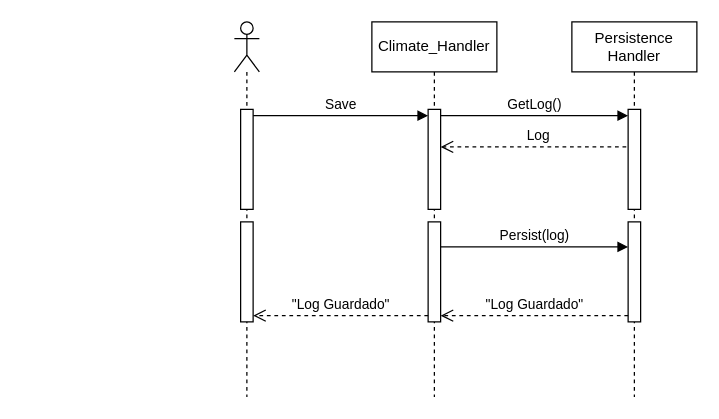
Above: UML/FLow/Flow_Diagram_3.drawio in cirobrachetta/climate_handler (draw.io), before the change. Source tidied: cells renumbered, new cells numbered last; positions are measured from the earlier drawing's top-left corner, leaving out a move shared by most shapes. Both pictures are drawn from the tidied source at 125%, with x=0, y=0 at pixel (234, 21).
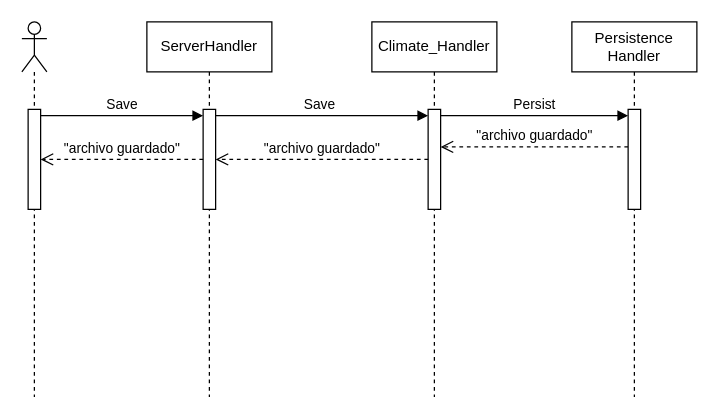
The same diagram, later.

The edit, as a diff of the source:
```diff
@@
 <mxGraphModel>
   <root>
     <mxCell id="0" />
     <mxCell id="1" parent="0" />
-    <mxCell id="2" style="shape=umlLifeline;perimeter=lifelinePerimeter;whiteSpace=wrap;html=1;newEdgeStyle={&quot;curved&quot;:0,&quot;rounded&quot;:0};participant=umlActor;" parent="1" vertex="1">
-      <mxGeometry width="20" height="300" as="geometry" />
-    </mxCell>
-    <mxCell id="3" style="html=1;points=[[0,0,0,0,5],[0,1,0,0,-5],[1,0,0,0,5],[1,1,0,0,-5]];perimeter=orthogonalPerimeter;outlineConnect=0;targetShapes=umlLifeline;portConstraint=eastwest;newEdgeStyle={&quot;curved&quot;:0,&quot;rounded&quot;:0};" parent="2" vertex="1">
-      <mxGeometry x="5" y="70" width="10" height="80" as="geometry" />
-    </mxCell>
-    <mxCell id="4" style="html=1;points=[[0,0,0,0,5],[0,1,0,0,-5],[1,0,0,0,5],[1,1,0,0,-5]];perimeter=orthogonalPerimeter;outlineConnect=0;targetShapes=umlLifeline;portConstraint=eastwest;newEdgeStyle={&quot;curved&quot;:0,&quot;rounded&quot;:0};" parent="2" vertex="1">
-      <mxGeometry x="5" y="160" width="10" height="80" as="geometry" />
-    </mxCell>
     <mxCell id="5" value="Climate_Handler" style="shape=umlLifeline;perimeter=lifelinePerimeter;whiteSpace=wrap;html=1;newEdgeStyle={&quot;curved&quot;:0,&quot;rounded&quot;:0};" parent="1" vertex="1">
       <mxGeometry x="110" width="100" height="300" as="geometry" />
     </mxCell>
     <mxCell id="6" style="html=1;points=[[0,0,0,0,5],[0,1,0,0,-5],[1,0,0,0,5],[1,1,0,0,-5]];perimeter=orthogonalPerimeter;outlineConnect=0;targetShapes=umlLifeline;portConstraint=eastwest;newEdgeStyle={&quot;curved&quot;:0,&quot;rounded&quot;:0};" parent="5" vertex="1">
       <mxGeometry x="45" y="70" width="10" height="80" as="geometry" />
     </mxCell>
-    <mxCell id="7" style="html=1;points=[[0,0,0,0,5],[0,1,0,0,-5],[1,0,0,0,5],[1,1,0,0,-5]];perimeter=orthogonalPerimeter;outlineConnect=0;targetShapes=umlLifeline;portConstraint=eastwest;newEdgeStyle={&quot;curved&quot;:0,&quot;rounded&quot;:0};" parent="5" vertex="1">
-      <mxGeometry x="45" y="160" width="10" height="80" as="geometry" />
-    </mxCell>
-    <mxCell id="8" value="Save" style="html=1;verticalAlign=bottom;endArrow=block;curved=0;rounded=0;exitX=1;exitY=0;exitDx=0;exitDy=5;exitPerimeter=0;entryX=0;entryY=0;entryDx=0;entryDy=5;entryPerimeter=0;" parent="1" edge="1" source="3" target="6">
+    <mxCell id="8" value="Save" style="html=1;verticalAlign=bottom;endArrow=block;curved=0;rounded=0;entryX=0;entryY=0;entryDx=0;entryDy=5;entryPerimeter=0;" parent="1" edge="1" source="17" target="6">
       <mxGeometry relative="1" as="geometry" />
     </mxCell>
-    <mxCell id="9" value="GetLog()" style="html=1;verticalAlign=bottom;endArrow=block;curved=0;rounded=0;exitX=1;exitY=0;exitDx=0;exitDy=5;exitPerimeter=0;entryX=0;entryY=0;entryDx=0;entryDy=5;entryPerimeter=0;" parent="1" edge="1" source="6" target="13">
+    <mxCell id="9" value="Persist" style="html=1;verticalAlign=bottom;endArrow=block;curved=0;rounded=0;exitX=1;exitY=0;exitDx=0;exitDy=5;exitPerimeter=0;entryX=0;entryY=0;entryDx=0;entryDy=5;entryPerimeter=0;" parent="1" edge="1" source="6" target="13">
       <mxGeometry relative="1" as="geometry" />
     </mxCell>
-    <mxCell id="10" value="Log" style="html=1;verticalAlign=bottom;endArrow=open;dashed=1;endSize=8;curved=0;rounded=0;entryX=1;entryY=1;entryDx=0;entryDy=-5;entryPerimeter=0;" parent="1" edge="1" source="11">
+    <mxCell id="10" value="&quot;archivo guardado&quot;" style="html=1;verticalAlign=bottom;endArrow=open;dashed=1;endSize=8;curved=0;rounded=0;entryX=1;entryY=1;entryDx=0;entryDy=-5;entryPerimeter=0;" parent="1" edge="1" source="13">
       <mxGeometry relative="1" as="geometry">
         <mxPoint x="165" y="100" as="targetPoint" />
       </mxGeometry>
     </mxCell>
     <mxCell id="11" value="Persistence&lt;div&gt;Handler&lt;/div&gt;" style="shape=umlLifeline;perimeter=lifelinePerimeter;whiteSpace=wrap;html=1;outlineConnect=0;portConstraint=eastwest;newEdgeStyle={&quot;curved&quot;:0,&quot;rounded&quot;:0};" parent="1" vertex="1">
       <mxGeometry x="270" width="100" height="300" as="geometry" />
     </mxCell>
-    <mxCell id="12" style="html=1;points=[[0,0,0,0,5],[0,1,0,0,-5],[1,0,0,0,5],[1,1,0,0,-5]];perimeter=orthogonalPerimeter;outlineConnect=0;targetShapes=umlLifeline;portConstraint=eastwest;newEdgeStyle={&quot;curved&quot;:0,&quot;rounded&quot;:0};" parent="11" vertex="1">
-      <mxGeometry x="45" y="160" width="10" height="80" as="geometry" />
-    </mxCell>
     <mxCell id="13" style="html=1;points=[[0,0,0,0,5],[0,1,0,0,-5],[1,0,0,0,5],[1,1,0,0,-5]];perimeter=orthogonalPerimeter;outlineConnect=0;targetShapes=umlLifeline;portConstraint=eastwest;newEdgeStyle={&quot;curved&quot;:0,&quot;rounded&quot;:0};" parent="11" vertex="1">
       <mxGeometry x="45" y="70" width="10" height="80" as="geometry" />
     </mxCell>
-    <mxCell id="14" value="Persist(log)" style="html=1;verticalAlign=bottom;endArrow=block;curved=0;rounded=0;exitX=1;exitY=0;exitDx=0;exitDy=5;exitPerimeter=0;" parent="1" edge="1" target="12">
-      <mxGeometry relative="1" as="geometry">
-        <mxPoint x="165" y="180" as="sourcePoint" />
-      </mxGeometry>
-    </mxCell>
-    <mxCell id="15" value="&quot;Log Guardado&quot;" style="html=1;verticalAlign=bottom;endArrow=open;dashed=1;endSize=8;curved=0;rounded=0;exitX=0;exitY=1;exitDx=0;exitDy=-5;exitPerimeter=0;entryX=1;entryY=1;entryDx=0;entryDy=-5;entryPerimeter=0;" parent="1" edge="1" source="12" target="7">
-      <mxGeometry relative="1" as="geometry" />
-    </mxCell>
-    <mxCell id="16" value="&quot;Log Guardado&quot;" style="html=1;verticalAlign=bottom;endArrow=open;dashed=1;endSize=8;curved=0;rounded=0;exitX=0;exitY=1;exitDx=0;exitDy=-5;exitPerimeter=0;entryX=1;entryY=1;entryDx=0;entryDy=-5;entryPerimeter=0;" parent="1" edge="1" source="7" target="4">
-      <mxGeometry relative="1" as="geometry" />
-    </mxCell>
+    <mxCell id="17" value="ServerHandler" style="shape=umlLifeline;perimeter=lifelinePerimeter;whiteSpace=wrap;html=1;outlineConnect=0;portConstraint=eastwest;newEdgeStyle={&quot;curved&quot;:0,&quot;rounded&quot;:0};" parent="1" vertex="1">
+      <mxGeometry x="-70" width="100" height="300" as="geometry" />
+    </mxCell>
+    <mxCell id="18" style="html=1;points=[[0,0,0,0,5],[0,1,0,0,-5],[1,0,0,0,5],[1,1,0,0,-5]];perimeter=orthogonalPerimeter;outlineConnect=0;targetShapes=umlLifeline;portConstraint=eastwest;newEdgeStyle={&quot;curved&quot;:0,&quot;rounded&quot;:0};" parent="17" vertex="1">
+      <mxGeometry x="45" y="70" width="10" height="80" as="geometry" />
+    </mxCell>
+    <mxCell id="19" style="shape=umlLifeline;perimeter=lifelinePerimeter;whiteSpace=wrap;html=1;newEdgeStyle={&quot;curved&quot;:0,&quot;rounded&quot;:0};participant=umlActor;" parent="1" vertex="1">
+      <mxGeometry x="-170" width="20" height="300" as="geometry" />
+    </mxCell>
+    <mxCell id="3" style="html=1;points=[[0,0,0,0,5],[0,1,0,0,-5],[1,0,0,0,5],[1,1,0,0,-5]];perimeter=orthogonalPerimeter;outlineConnect=0;targetShapes=umlLifeline;portConstraint=eastwest;newEdgeStyle={&quot;curved&quot;:0,&quot;rounded&quot;:0};" parent="19" vertex="1">
+      <mxGeometry x="5" y="70" width="10" height="80" as="geometry" />
+    </mxCell>
+    <mxCell id="20" value="Save" style="html=1;verticalAlign=bottom;endArrow=block;curved=0;rounded=0;exitX=1;exitY=0;exitDx=0;exitDy=5;exitPerimeter=0;entryX=0;entryY=0;entryDx=0;entryDy=5;entryPerimeter=0;" parent="1" edge="1" source="3" target="18">
+      <mxGeometry relative="1" as="geometry" />
+    </mxCell>
+    <mxCell id="21" value="&quot;archivo guardado&quot;" style="html=1;verticalAlign=bottom;endArrow=open;dashed=1;endSize=8;curved=0;rounded=0;" parent="1" edge="1" source="6" target="18">
+      <mxGeometry relative="1" as="geometry" />
+    </mxCell>
+    <mxCell id="22" value="&quot;archivo guardado&quot;" style="html=1;verticalAlign=bottom;endArrow=open;dashed=1;endSize=8;curved=0;rounded=0;" parent="1" edge="1" source="18" target="3">
+      <mxGeometry relative="1" as="geometry" />
+    </mxCell>
   </root>
 </mxGraphModel>
```
